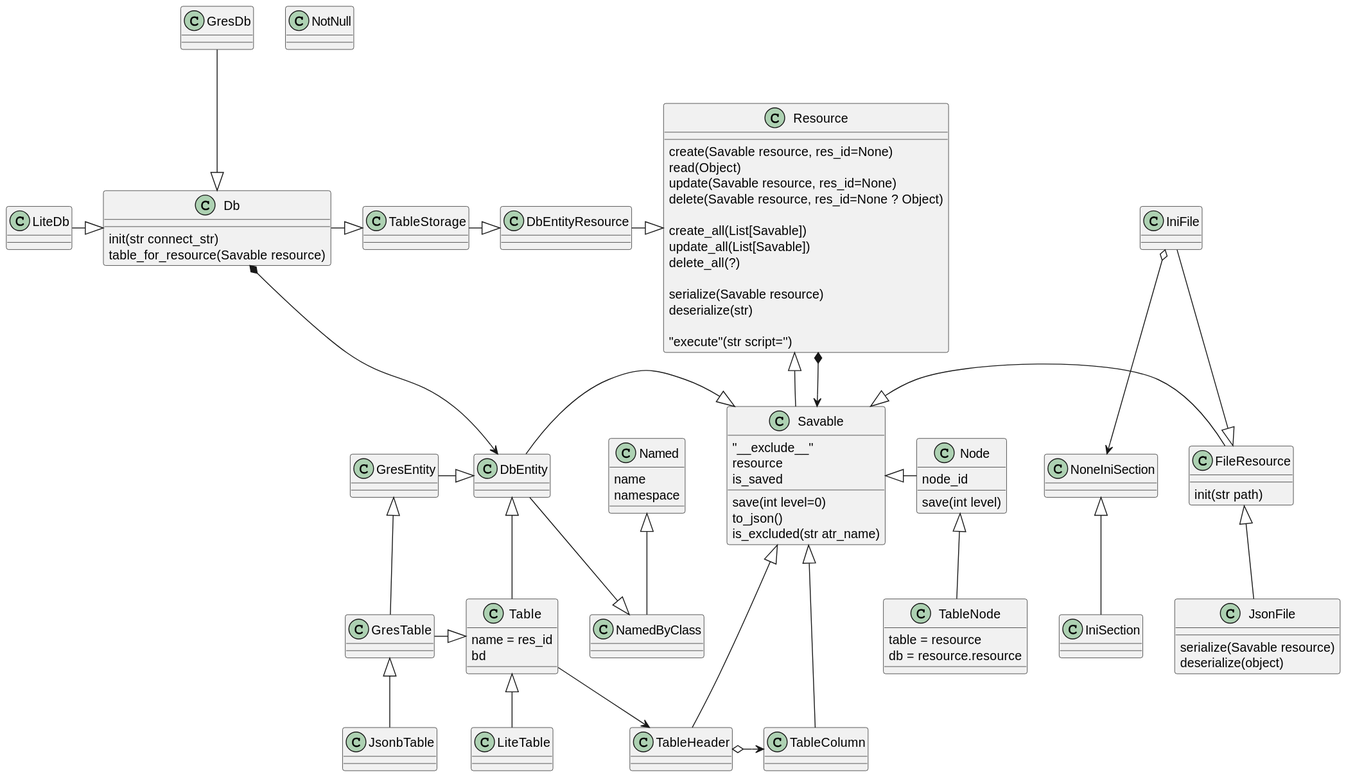
Earlier version of the PlantUML export out/uml/resource/resource.svg (nagvalhm/epure).
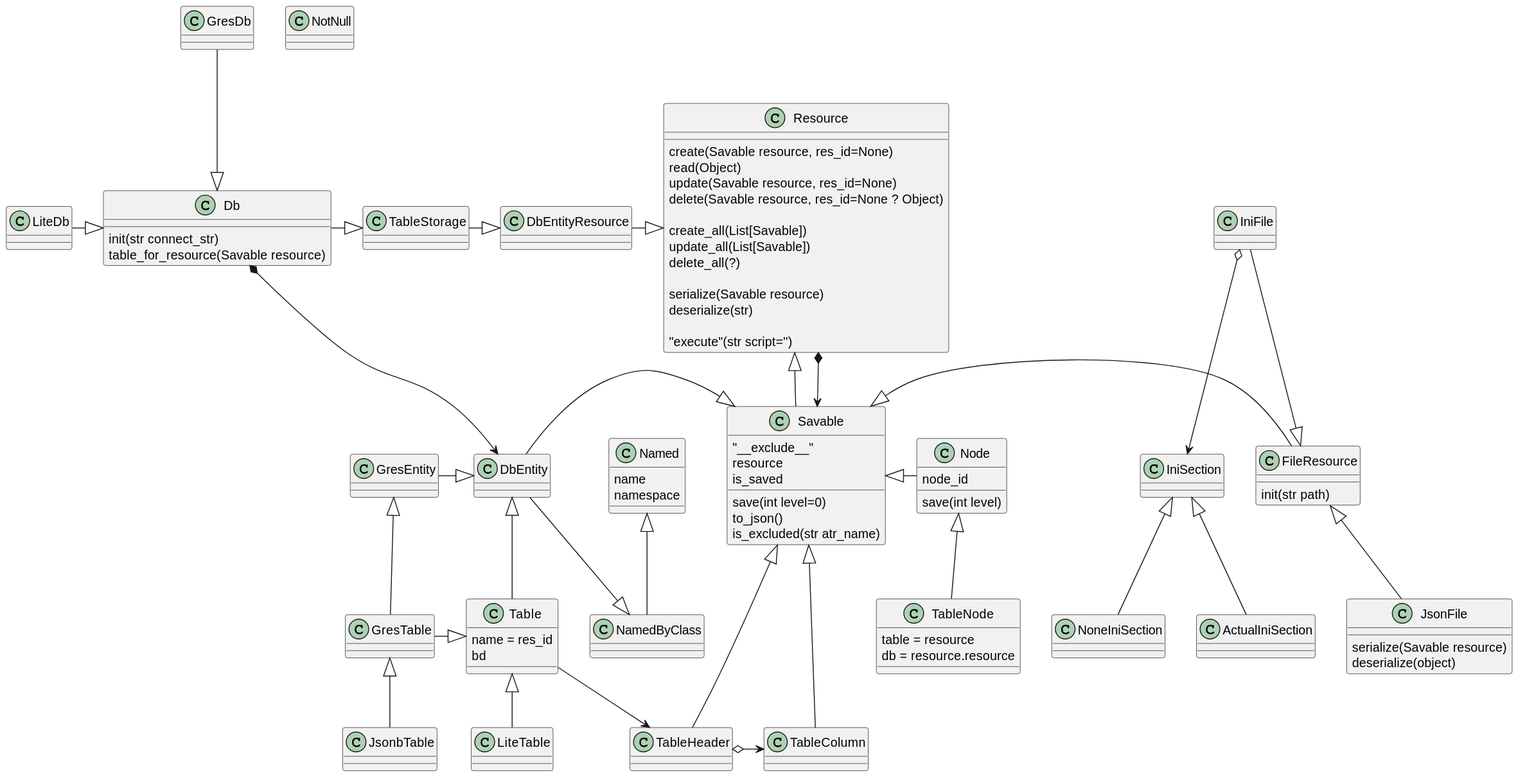
After the commit.

The edit, as a diff of the source:
```diff
@@ -57,6 +57,7 @@
 class IniFile{}
 class IniSection{}
 class NoneIniSection{}
+class ActualIniSection{}
 class JsonFile{
     serialize(Savable resource)
     deserialize(object)
@@ -93,8 +94,9 @@
 Resource *--> Savable
     Savable <|-right- FileResource
         FileResource <|-up- IniFile
-            IniFile o--> NoneIniSection
-                NoneIniSection <|-- IniSection
+            IniFile o--> IniSection
+                IniSection <|-- NoneIniSection
+                IniSection <|-- ActualIniSection
         FileResource <|-- JsonFile
     Savable <|-left- DbEntity
         DbEntity <|-- Table
```
